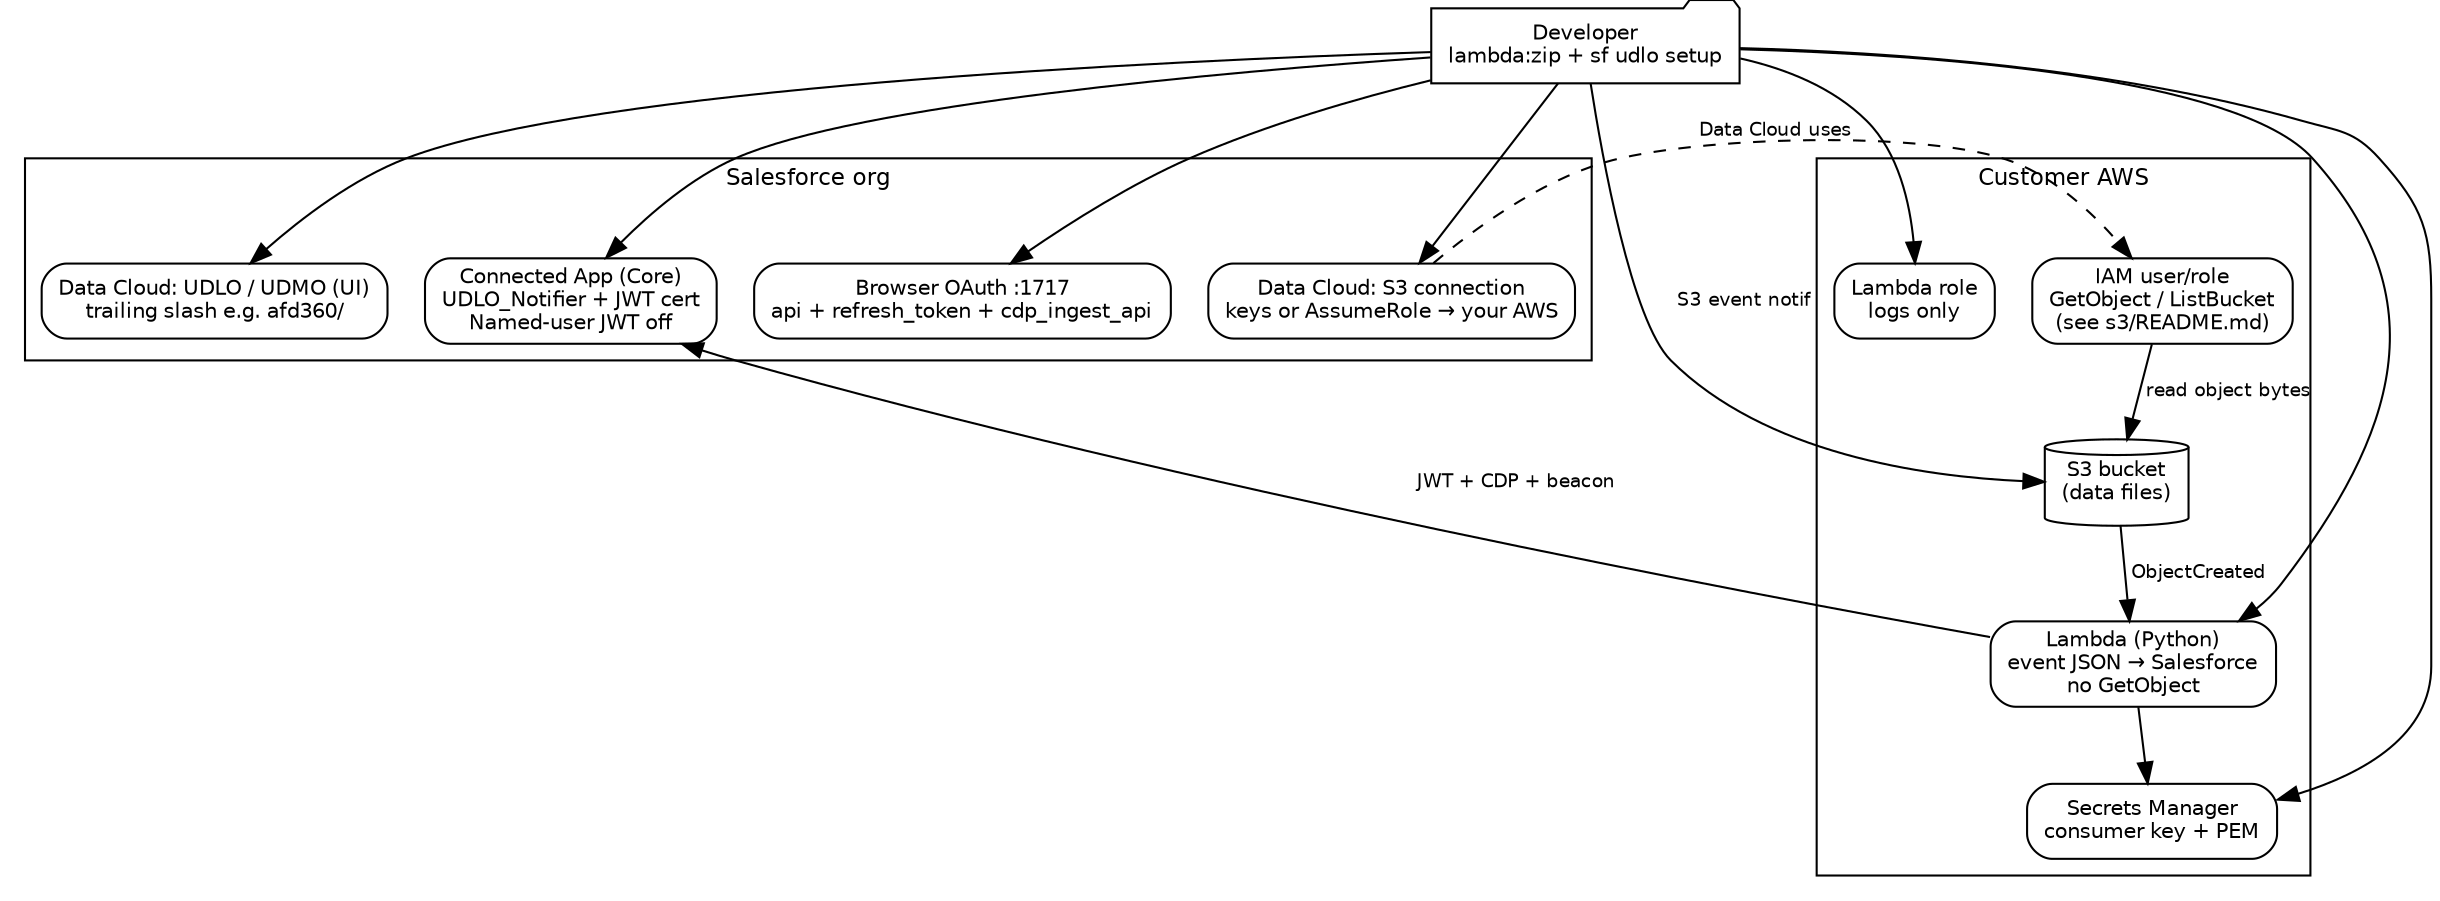
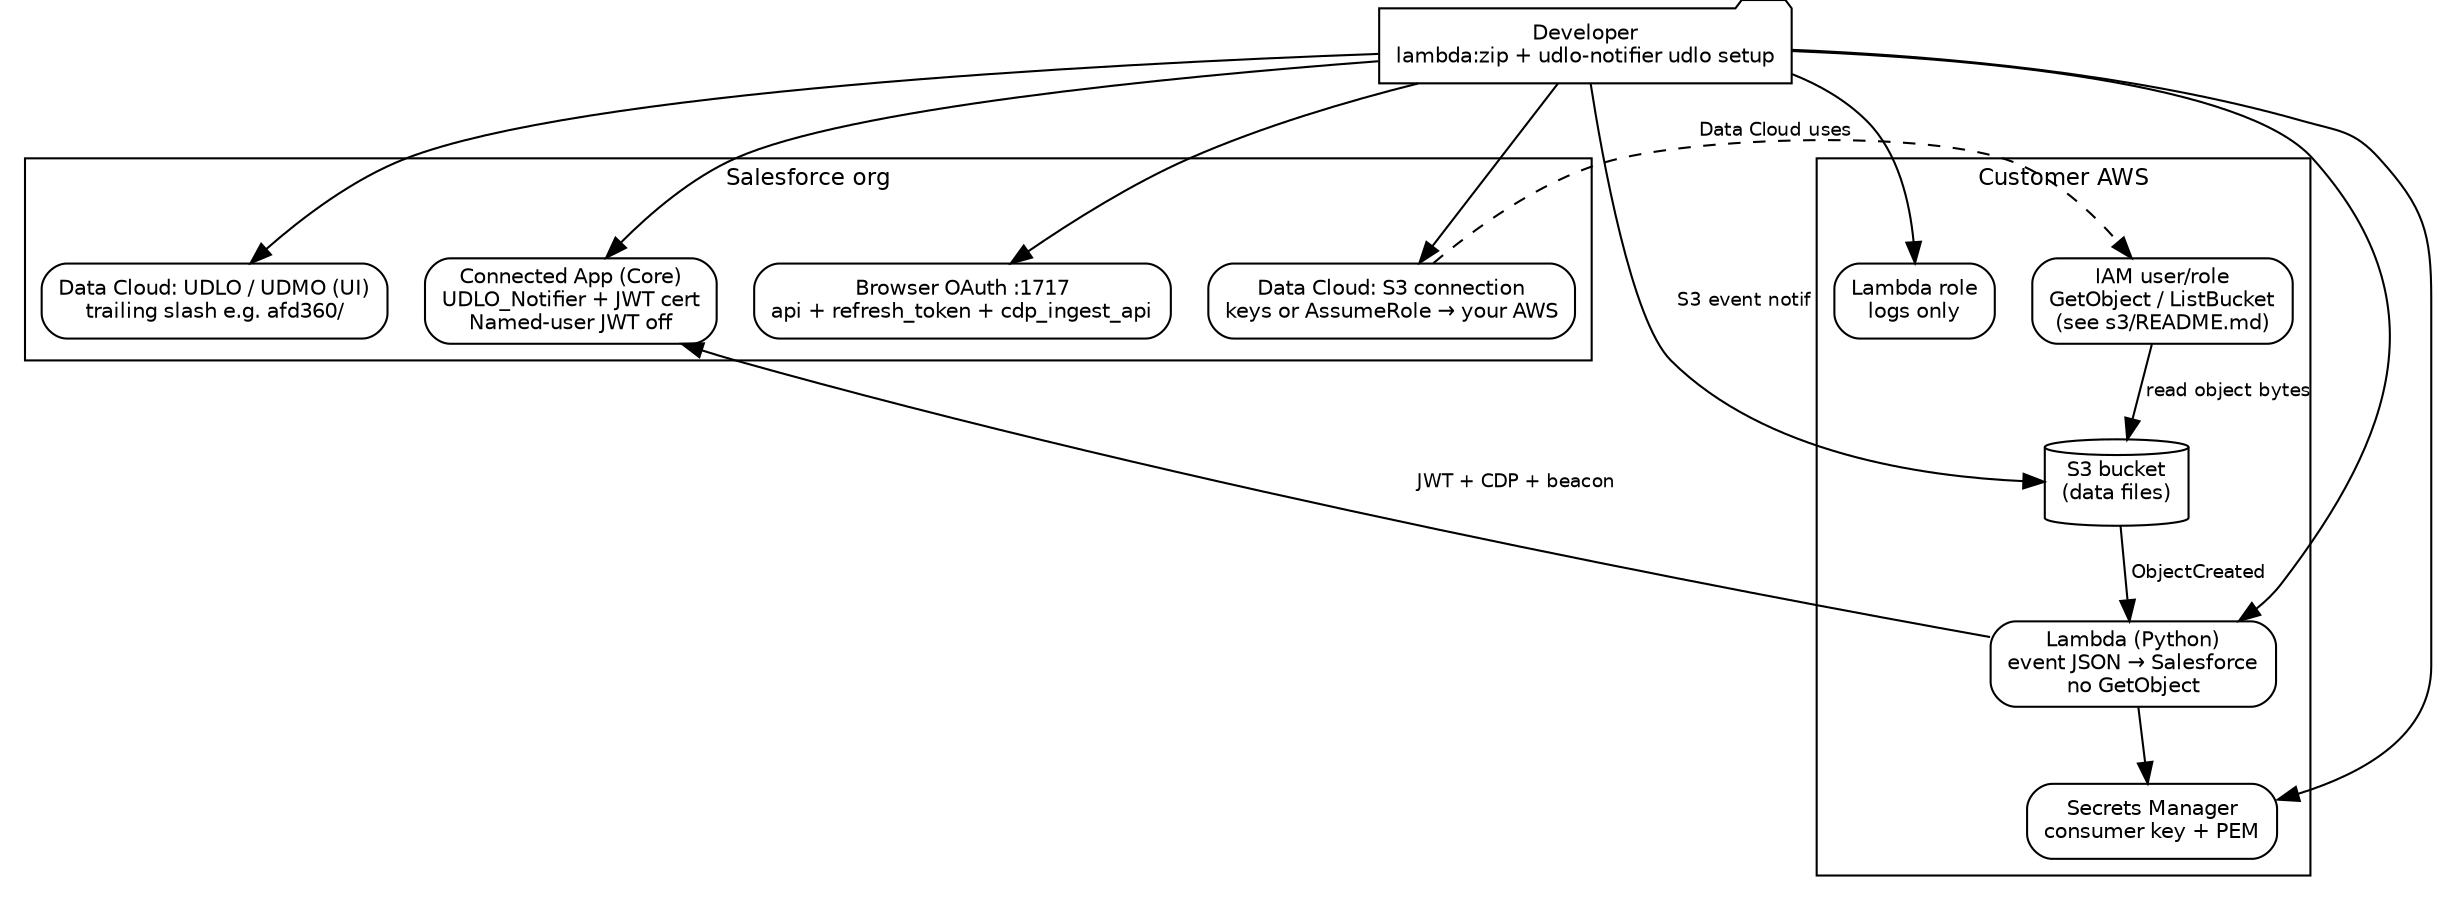
// udlo-notifier pipeline (Graphviz DOT — no npm; install Graphviz CLI only)
// Render:  cd docs && dot -Tsvg architecture.dot -o architecture.svg
digraph {
  graph [fontname="Helvetica", fontsize=11];
  node [fontname="Helvetica", fontsize=10, shape=box, style=rounded];
  edge [fontname="Helvetica", fontsize=9];

  rankdir=TB;

-   dev [label="Developer\nlambda:zip + sf udlo setup", shape=folder];
+   dev [label="Developer\nlambda:zip + udlo-notifier udlo setup", shape=folder];

  subgraph cluster_sf {
    label="Salesforce org";
    labelloc=t;
    fontsize=11;

    cap [label="Connected App (Core)\nUDLO_Notifier + JWT cert\nNamed-user JWT off"];
    oauth [label="Browser OAuth :1717\napi + refresh_token + cdp_ingest_api"];
    s3conn [label="Data Cloud: S3 connection\nkeys or AssumeRole → your AWS"];
    udlo [label="Data Cloud: UDLO / UDMO (UI)\ntrailing slash e.g. afd360/"];
  }

  subgraph cluster_aws {
    label="Customer AWS";
    labelloc=t;
    fontsize=11;

    bucket [label="S3 bucket\n(data files)", shape=cylinder];
    iamdc [label="IAM user/role\nGetObject / ListBucket\n(see s3/README.md)"];
    secrets [label="Secrets Manager\nconsumer key + PEM"];
    lamrole [label="Lambda role\nlogs only"];
    lambda [label="Lambda (Python)\nevent JSON → Salesforce\nno GetObject"];
  }

  dev -> { cap oauth s3conn udlo secrets lamrole lambda };
  dev -> bucket [label=" S3 event notif "];

  s3conn -> iamdc [label=" Data Cloud uses ", style=dashed];
  iamdc -> bucket [label=" read object bytes "];

  bucket -> lambda [label=" ObjectCreated "];
  lambda -> secrets;
  lambda -> cap [label=" JWT + CDP + beacon "];
}
